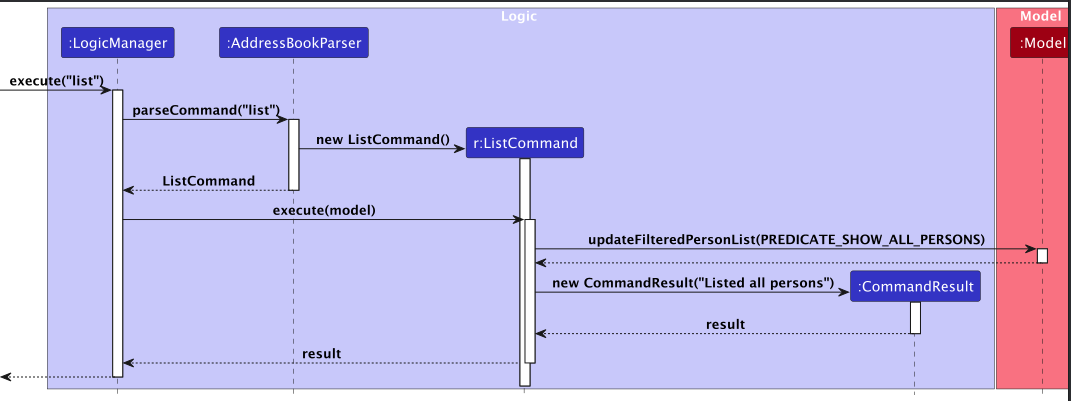
The PlantUML diagram docs/images/ListCommandSequenceDiagram.png in nus-cs2103-AY2425S1/tp, before a commit. Its source is kept beside it as docs/diagrams/ListCommandSequenceDiagram.puml.
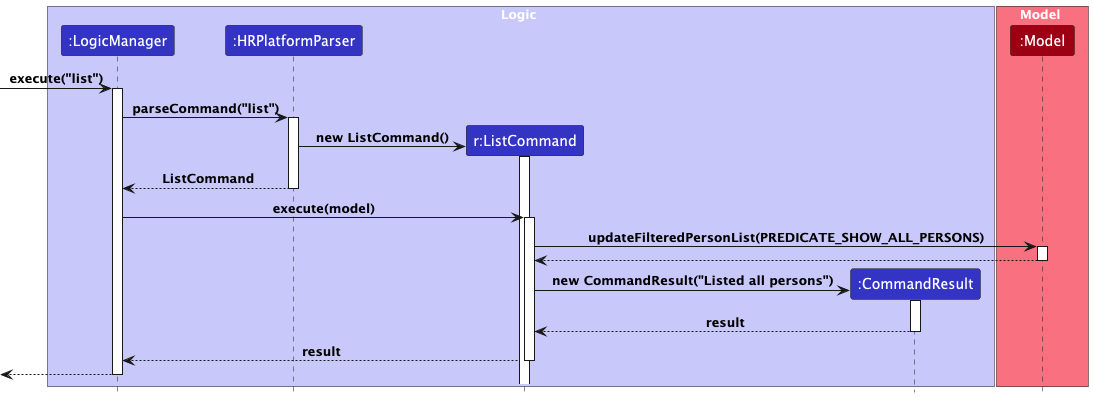
The same diagram one commit later.

What changed in the source:
```diff
@@ -3,7 +3,7 @@
 
 box Logic LOGIC_COLOR_T1
 participant ":LogicManager" as LogicManager LOGIC_COLOR
-participant ":AddressBookParser" as AddressBookParser LOGIC_COLOR
+participant ":HRPlatformParser" as HRPlatformParser LOGIC_COLOR
 participant "r:ListCommand" as ListCommand LOGIC_COLOR
 participant ":CommandResult" as CommandResult LOGIC_COLOR
 end box
@@ -15,15 +15,15 @@
 [-> LogicManager : execute("list")
 activate LogicManager
 
-LogicManager -> AddressBookParser : parseCommand("list")
-activate AddressBookParser
+LogicManager -> HRPlatformParser : parseCommand("list")
+activate HRPlatformParser
 
 create ListCommand
-AddressBookParser -> ListCommand : new ListCommand()
+HRPlatformParser -> ListCommand : new ListCommand()
 activate ListCommand
 
-AddressBookParser --> LogicManager : ListCommand
-deactivate AddressBookParser
+HRPlatformParser --> LogicManager : ListCommand
+deactivate HRPlatformParser
 
 LogicManager -> ListCommand : execute(model)
 activate ListCommand
```
